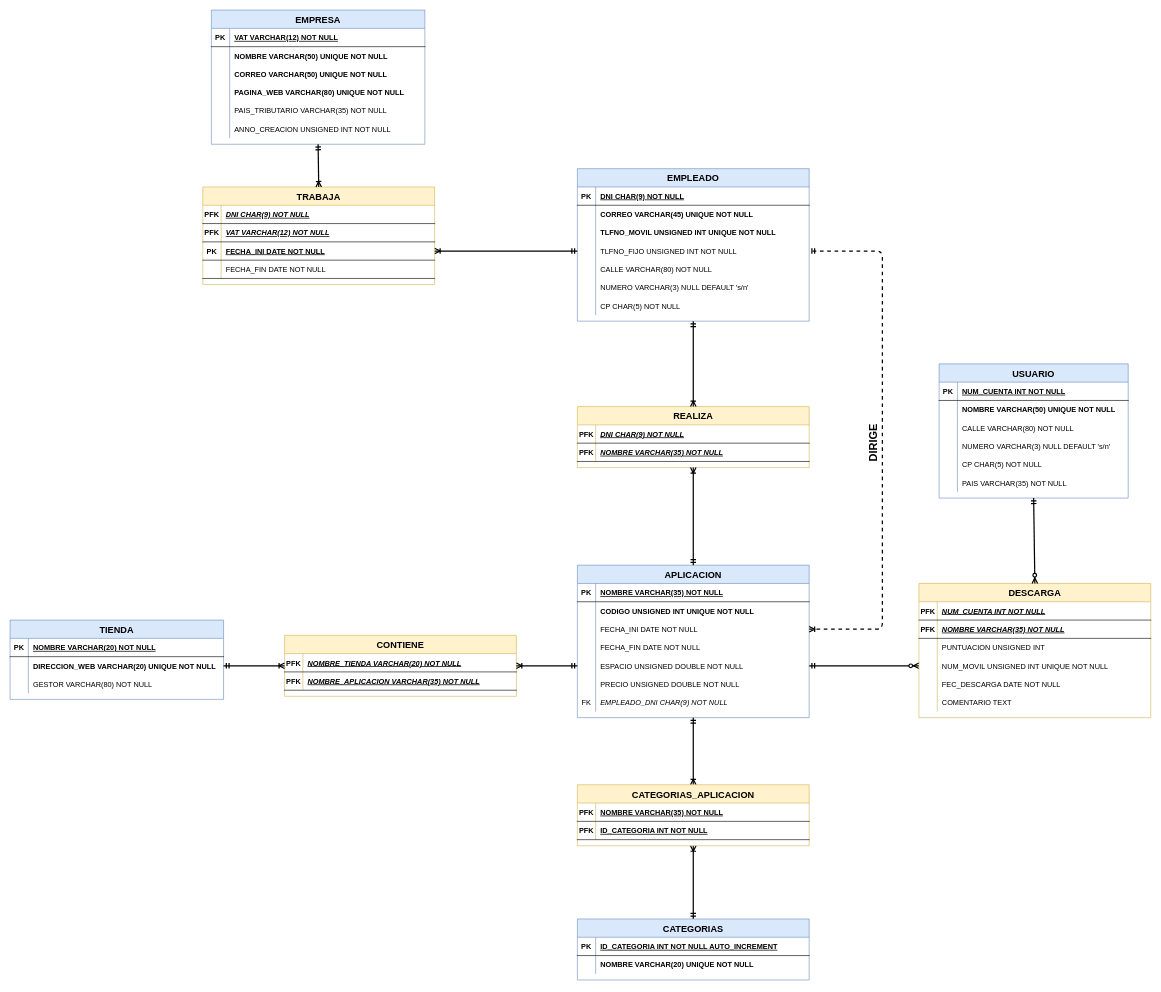
Earlier version of the draw.io diagram DiagramaRelacional.drawio (AlbertoUAH/Bases-de-datos-SQL). Source tidied: cells renumbered, new cells numbered last; positions are measured from the earlier drawing's top-left corner, leaving out a move shared by most shapes. Both pictures are drawn from the tidied source at 61%, with x=0, y=0 at pixel (10, 10).
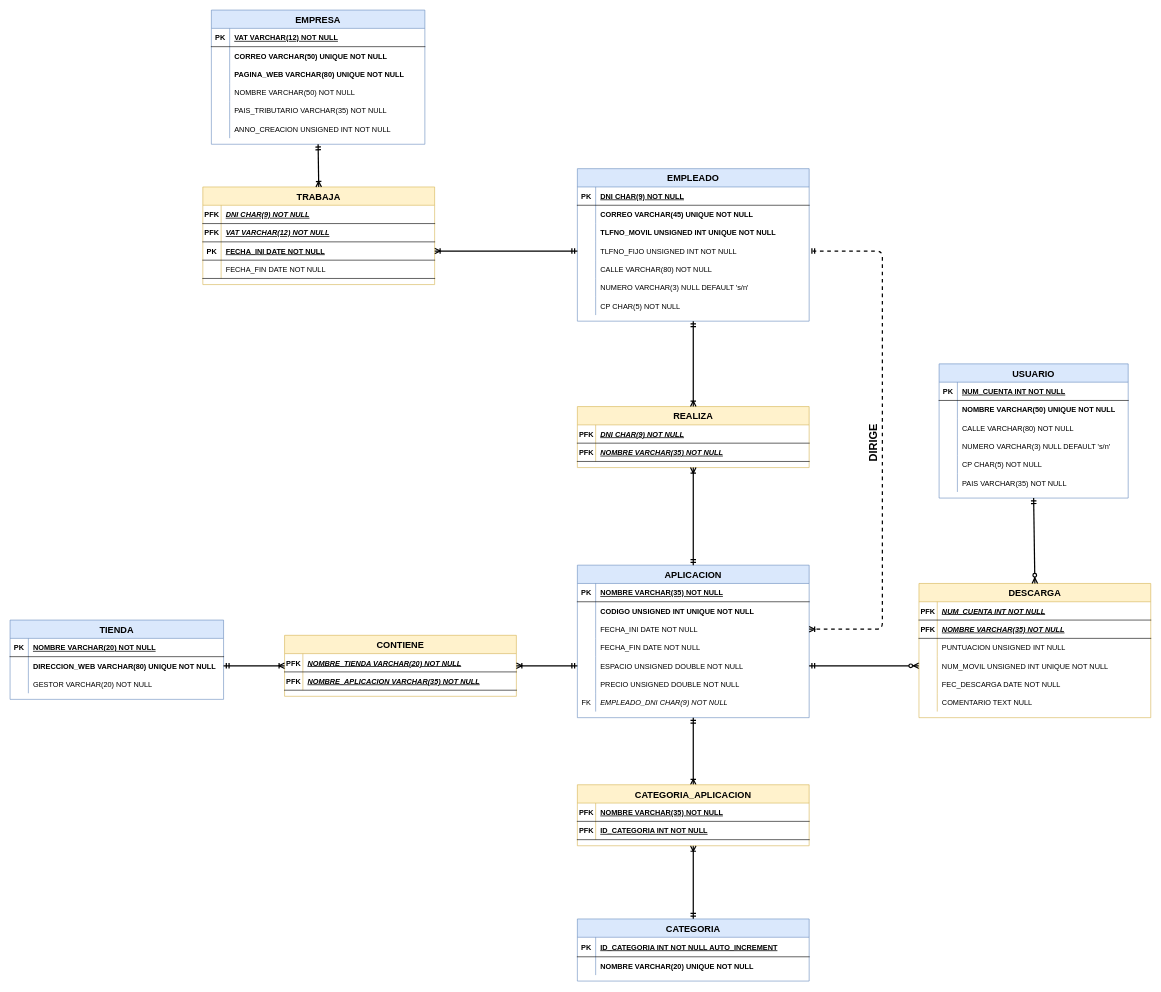
After the change.

Commit message (it also covers changes not shown here):
Correccion errores Diagrama E-R + Relacional + Script y Memoria actualizados

Unchanged cells that the change refers to:
```xml
<mxCell id="2" value="EMPRESA" style="shape=table;startSize=30;childLayout=tableLayout;rowLines=0;fontStyle=1;align=center;fillColor=#dae8fc;strokeColor=#6c8ebf;fontSize=15;" parent="1" vertex="1">
  <mxGeometry x="330" width="350" height="220" as="geometry" />
</mxCell>
<mxCell id="76" style="shape=partialRectangle;fillColor=none;points=[[0,0.5],[1,0.5]];portConstraint=eastwest;top=0;left=0;right=0;bottom=0;" parent="72" vertex="1">
  <mxGeometry y="60" width="350" height="30" as="geometry" />
</mxCell>
<mxCell id="79" style="shape=partialRectangle;fillColor=none;top=0;left=0;right=0;bottom=0;" parent="72" vertex="1">
  <mxGeometry y="90" width="350" height="30" as="geometry" />
</mxCell>
<mxCell id="118" style="shape=partialRectangle;fillColor=none;top=0;left=0;right=0;bottom=0;" parent="111" vertex="1">
  <mxGeometry y="90" width="380" height="30" as="geometry" />
</mxCell>
<mxCell id="127" style="shape=partialRectangle;fillColor=none;top=0;left=0;right=0;bottom=0;" parent="111" vertex="1">
  <mxGeometry y="180" width="380" height="30" as="geometry" />
</mxCell>
```

What changed in the source:
```diff
@@
-    <mxCell id="6" style="shape=partialRectangle;fillColor=none;top=0;left=0;right=0;bottom=0;" parent="2" vertex="1">
-      <mxGeometry y="60" width="350" height="30" as="geometry" />
-    </mxCell>
-    <mxCell id="7" style="shape=partialRectangle;overflow=hidden;fillColor=none;top=0;left=0;bottom=0;right=0;" parent="6" vertex="1">
-      <mxGeometry width="30" height="30" as="geometry" />
-    </mxCell>
-    <mxCell id="8" value="NOMBRE VARCHAR(50) UNIQUE NOT NULL" style="shape=partialRectangle;overflow=hidden;fillColor=none;top=0;left=0;bottom=0;right=0;align=left;spacingLeft=6;fontStyle=1;" parent="6" vertex="1">
-      <mxGeometry x="30" width="320" height="30" as="geometry" />
-    </mxCell>
     <mxCell id="9" style="shape=partialRectangle;fillColor=none;top=0;left=0;right=0;bottom=0;" parent="2" vertex="1">
-      <mxGeometry y="90" width="350" height="30" as="geometry" />
+      <mxGeometry y="60" width="350" height="30" as="geometry" />
     </mxCell>
@@
     <mxCell id="12" style="shape=partialRectangle;fillColor=none;top=0;left=0;right=0;bottom=0;" parent="2" vertex="1">
-      <mxGeometry y="120" width="350" height="30" as="geometry" />
+      <mxGeometry y="90" width="350" height="30" as="geometry" />
     </mxCell>
@@
+    <mxCell id="166" style="shape=partialRectangle;fillColor=none;top=0;left=0;right=0;bottom=0;" parent="2" vertex="1">
+      <mxGeometry y="120" width="350" height="30" as="geometry" />
+    </mxCell>
+    <mxCell id="7" style="shape=partialRectangle;overflow=hidden;fillColor=none;top=0;left=0;bottom=0;right=0;" parent="166" vertex="1">
+      <mxGeometry width="30" height="30" as="geometry" />
+    </mxCell>
+    <mxCell id="167" value="NOMBRE VARCHAR(50) NOT NULL" style="shape=partialRectangle;overflow=hidden;fillColor=none;top=0;left=0;bottom=0;right=0;align=left;spacingLeft=6;fontStyle=0;" parent="166" vertex="1">
+      <mxGeometry x="30" width="320" height="30" as="geometry" />
+    </mxCell>
@@
-    <mxCell id="78" value="DIRECCION_WEB VARCHAR(20) UNIQUE NOT NULL" style="shape=partialRectangle;overflow=hidden;fillColor=none;top=0;left=0;bottom=0;right=0;align=left;spacingLeft=6;fontStyle=1;" parent="76" vertex="1">
+    <mxCell id="78" value="DIRECCION_WEB VARCHAR(80) UNIQUE NOT NULL" style="shape=partialRectangle;overflow=hidden;fillColor=none;top=0;left=0;bottom=0;right=0;align=left;spacingLeft=6;fontStyle=1;" parent="76" vertex="1">
       <mxGeometry x="30" width="320" height="30" as="geometry" />
     </mxCell>
@@
-    <mxCell id="81" value="GESTOR VARCHAR(80) NOT NULL" style="shape=partialRectangle;overflow=hidden;fillColor=none;top=0;left=0;bottom=0;right=0;align=left;spacingLeft=6;fontStyle=0;" parent="79" vertex="1">
+    <mxCell id="81" value="GESTOR VARCHAR(20) NOT NULL" style="shape=partialRectangle;overflow=hidden;fillColor=none;top=0;left=0;bottom=0;right=0;align=left;spacingLeft=6;fontStyle=0;" parent="79" vertex="1">
       <mxGeometry x="30" width="320" height="30" as="geometry" />
     </mxCell>
@@
-    <mxCell id="120" value="PUNTUACION UNSIGNED INT " style="shape=partialRectangle;overflow=hidden;fillColor=none;top=0;left=0;bottom=0;right=0;align=left;spacingLeft=6;fontStyle=0;" parent="118" vertex="1">
+    <mxCell id="120" value="PUNTUACION UNSIGNED INT NULL" style="shape=partialRectangle;overflow=hidden;fillColor=none;top=0;left=0;bottom=0;right=0;align=left;spacingLeft=6;fontStyle=0;" parent="118" vertex="1">
       <mxGeometry x="30" width="350" height="30" as="geometry" />
     </mxCell>
@@
-    <mxCell id="129" value="COMENTARIO TEXT" style="shape=partialRectangle;overflow=hidden;fillColor=none;top=0;left=0;bottom=0;right=0;align=left;spacingLeft=6;" parent="127" vertex="1">
+    <mxCell id="129" value="COMENTARIO TEXT NULL" style="shape=partialRectangle;overflow=hidden;fillColor=none;top=0;left=0;bottom=0;right=0;align=left;spacingLeft=6;" parent="127" vertex="1">
       <mxGeometry x="30" width="350" height="30" as="geometry" />
     </mxCell>
@@
-    <mxCell id="151" value="CATEGORIAS_APLICACION" style="shape=table;startSize=30;childLayout=tableLayout;rowLines=0;fontStyle=1;align=center;fillColor=#fff2cc;strokeColor=#d6b656;fontSize=15;" parent="1" vertex="1">
+    <mxCell id="151" value="CATEGORIA_APLICACION" style="shape=table;startSize=30;childLayout=tableLayout;rowLines=0;fontStyle=1;align=center;fillColor=#fff2cc;strokeColor=#d6b656;fontSize=15;" parent="1" vertex="1">
       <mxGeometry x="930" y="1270" width="380" height="100" as="geometry" />
     </mxCell>
@@
-    <mxCell id="158" value="CATEGORIAS" style="shape=table;startSize=30;childLayout=tableLayout;rowLines=0;fontStyle=1;align=center;fillColor=#dae8fc;strokeColor=#6c8ebf;fontSize=15;" parent="1" vertex="1">
-      <mxGeometry x="930" y="1490" width="380" height="100" as="geometry" />
+    <mxCell id="158" value="CATEGORIA" style="shape=table;startSize=30;childLayout=tableLayout;rowLines=0;fontStyle=1;align=center;fillColor=#dae8fc;strokeColor=#6c8ebf;fontSize=15;" parent="1" vertex="1">
+      <mxGeometry x="930" y="1490" width="380" height="101.8" as="geometry" />
     </mxCell>
     <mxCell id="159" style="shape=partialRectangle;fillColor=none;top=0;left=0;right=0;bottom=1;" parent="158" vertex="1">
-      <mxGeometry y="30" width="380" height="30" as="geometry" />
+      <mxGeometry y="30" width="380" height="32" as="geometry" />
     </mxCell>
     <mxCell id="160" value="PK" style="shape=partialRectangle;overflow=hidden;fillColor=none;top=0;left=0;bottom=0;right=0;fontStyle=1;" parent="159" vertex="1">
-      <mxGeometry width="30" height="30" as="geometry" />
+      <mxGeometry width="30" height="32" as="geometry" />
     </mxCell>
     <mxCell id="161" value="ID_CATEGORIA INT NOT NULL AUTO_INCREMENT" style="shape=partialRectangle;overflow=hidden;fillColor=none;top=0;left=0;bottom=0;right=0;align=left;spacingLeft=6;fontStyle=5;" parent="159" vertex="1">
-      <mxGeometry x="30" width="350" height="30" as="geometry" />
+      <mxGeometry x="30" width="350" height="32" as="geometry" />
     </mxCell>
     <mxCell id="162" style="shape=partialRectangle;fillColor=none;top=0;left=0;right=0;bottom=0;" parent="158" vertex="1">
-      <mxGeometry y="60" width="380" height="30" as="geometry" />
+      <mxGeometry y="62" width="380" height="30" as="geometry" />
     </mxCell>
```
